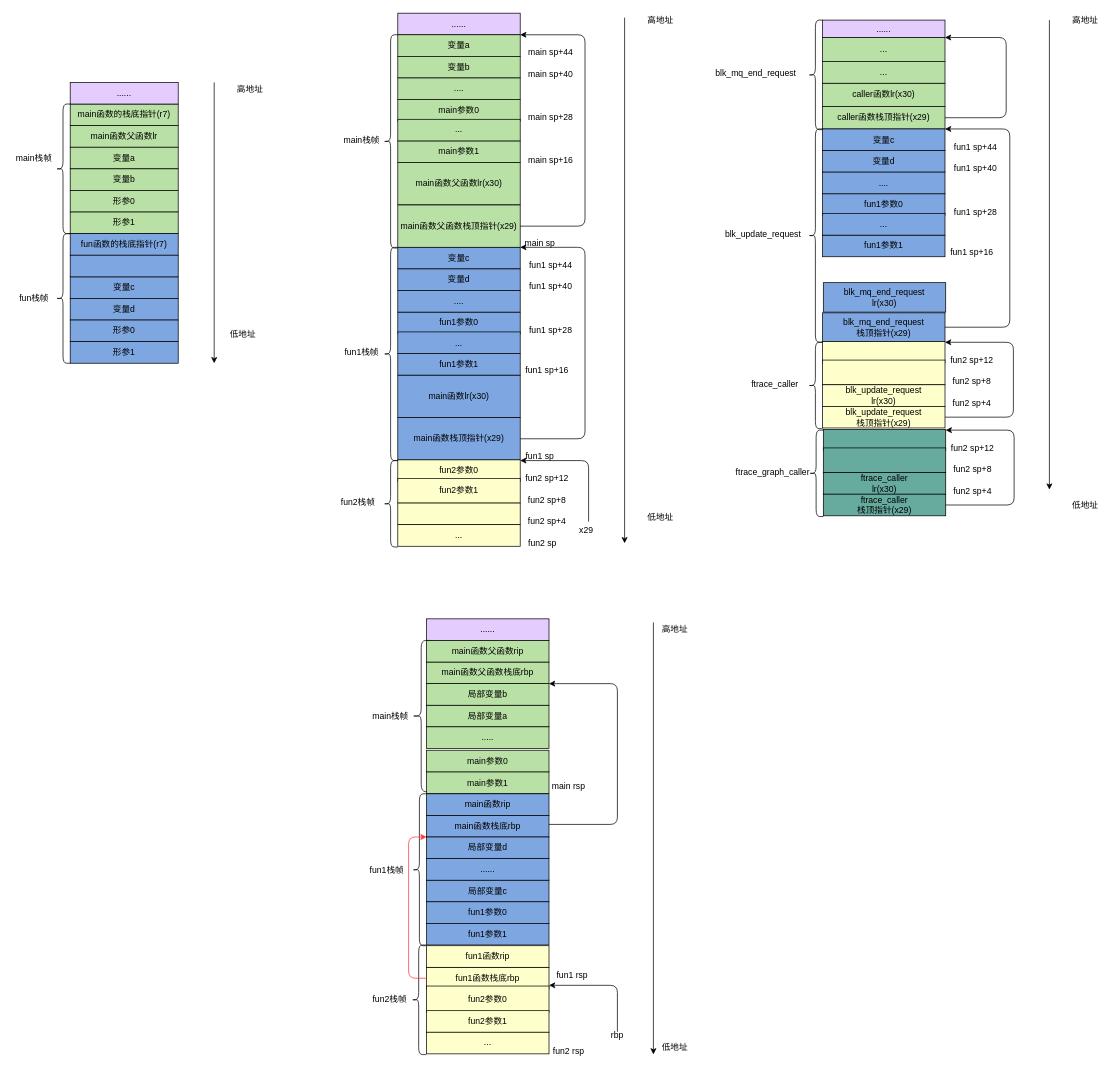
This is function frame.drawio from jasonactions/graph, a draw.io file, before an edit. Source tidied: cells renumbered, new cells numbered last; positions are measured from the earlier drawing's top-left corner, leaving out a move shared by most shapes. Both pictures are drawn from the tidied source at 72%, with x=0, y=0 at pixel (12, 1).
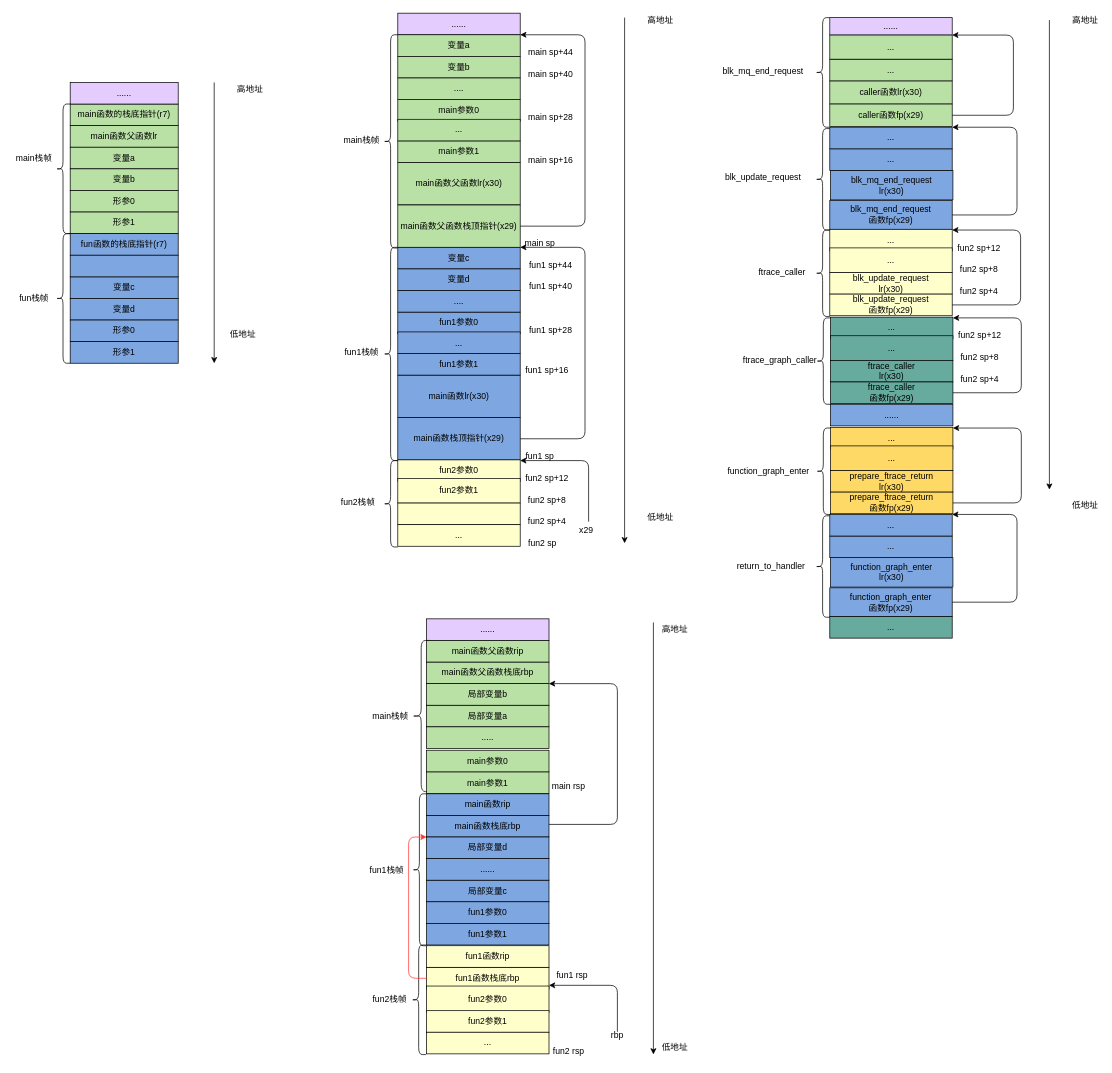
Above is the later version.

Change to the diagram source:
```diff
@@
     <mxCell id="106" value="......" style="rounded=0;whiteSpace=wrap;html=1;fillColor=#E5CCFF;" parent="1" vertex="1">
-      <mxGeometry x="1125" y="26.4" width="170" height="24.2" as="geometry" />
+      <mxGeometry x="1135" y="23" width="170" height="24.2" as="geometry" />
     </mxCell>
     <mxCell id="107" value="&lt;span&gt;caller函数lr(x30)&lt;/span&gt;" style="rounded=0;whiteSpace=wrap;html=1;fillColor=#B9E0A5;" parent="1" vertex="1">
-      <mxGeometry x="1125" y="114.1" width="170" height="32.2" as="geometry" />
+      <mxGeometry x="1135" y="110.8" width="170" height="32.2" as="geometry" />
     </mxCell>
-    <mxCell id="108" value="caller函数栈顶指针(x29)" style="rounded=0;whiteSpace=wrap;html=1;fillColor=#B9E0A5;" parent="1" vertex="1">
-      <mxGeometry x="1125" y="146.4" width="170" height="31.2" as="geometry" />
+    <mxCell id="108" value="caller函数fp(x29)" style="rounded=0;whiteSpace=wrap;html=1;fillColor=#B9E0A5;" parent="1" vertex="1">
+      <mxGeometry x="1135" y="143" width="170" height="31.2" as="geometry" />
     </mxCell>
@@
     <mxCell id="112" value="blk_mq_end_request" style="text;html=1;strokeColor=none;fillColor=none;align=center;verticalAlign=middle;whiteSpace=wrap;rounded=0;" parent="1" vertex="1">
-      <mxGeometry x="970" y="91.4" width="125" height="20" as="geometry" />
+      <mxGeometry x="980" y="88" width="125" height="20" as="geometry" />
     </mxCell>
     <mxCell id="113" style="shape=curlyBracket;whiteSpace=wrap;html=1;rounded=1;fillColor=#7EA6E0;" parent="1" vertex="1">
-      <mxGeometry x="1105" y="26.4" width="20" height="152.2" as="geometry" />
+      <mxGeometry x="1115" y="23" width="20" height="152.2" as="geometry" />
     </mxCell>
     <mxCell id="114" value="..." style="rounded=0;whiteSpace=wrap;html=1;fillColor=#B9E0A5;" parent="1" vertex="1">
-      <mxGeometry x="1125" y="84.1" width="170" height="30" as="geometry" />
+      <mxGeometry x="1135" y="80.8" width="170" height="30" as="geometry" />
     </mxCell>
     <mxCell id="115" value="..." style="rounded=0;whiteSpace=wrap;html=1;fillColor=#B9E0A5;" parent="1" vertex="1">
-      <mxGeometry x="1125" y="50.6" width="170" height="33.5" as="geometry" />
+      <mxGeometry x="1135" y="47.2" width="170" height="33.5" as="geometry" />
     </mxCell>
     <mxCell id="116" style="edgeStyle=elbowEdgeStyle;elbow=horizontal;endArrow=classic;html=1;exitX=1;exitY=0.5;exitDx=0;exitDy=0;entryX=1;entryY=0;entryDx=0;entryDy=0;" parent="1" edge="1" source="108" target="115">
       <mxGeometry relative="1" as="geometry">
         <Array as="points">
-          <mxPoint x="1380" y="16.4" />
-          <mxPoint x="1385" y="-0.1" />
+          <mxPoint x="1390" y="13" />
+          <mxPoint x="1395" y="-3.5" />
         </Array>
       </mxGeometry>
     </mxCell>
-    <mxCell id="117" value="fun1参数0" style="rounded=0;whiteSpace=wrap;html=1;fillColor=#7EA6E0;" parent="1" vertex="1">
-      <mxGeometry x="1125" y="267.6" width="170" height="30" as="geometry" />
-    </mxCell>
     <mxCell id="118" value="blk_mq_end_request&lt;span&gt;&lt;br&gt;lr(x30)&lt;/span&gt;" style="rounded=0;whiteSpace=wrap;html=1;fillColor=#7EA6E0;" parent="1" vertex="1">
-      <mxGeometry x="1126" y="391.1" width="170" height="40.9" as="geometry" />
+      <mxGeometry x="1136" y="235.2" width="170" height="40.9" as="geometry" />
     </mxCell>
-    <mxCell id="119" value="blk_mq_end_request&lt;br&gt;栈顶指针(x29)" style="rounded=0;whiteSpace=wrap;html=1;fillColor=#7EA6E0;" parent="1" vertex="1">
-      <mxGeometry x="1125" y="433" width="170" height="39.9" as="geometry" />
+    <mxCell id="119" value="blk_mq_end_request&lt;br&gt;函数fp(x29)" style="rounded=0;whiteSpace=wrap;html=1;fillColor=#7EA6E0;" parent="1" vertex="1">
+      <mxGeometry x="1135" y="277.1" width="170" height="39.9" as="geometry" />
     </mxCell>
     <mxCell id="120" value="blk_update_request" style="text;html=1;strokeColor=none;fillColor=none;align=center;verticalAlign=middle;whiteSpace=wrap;rounded=0;" parent="1" vertex="1">
-      <mxGeometry x="980" y="313.9" width="125" height="20" as="geometry" />
+      <mxGeometry x="980" y="235.2" width="125" height="20" as="geometry" />
     </mxCell>
     <mxCell id="121" style="shape=curlyBracket;whiteSpace=wrap;html=1;rounded=1;fillColor=#7EA6E0;" parent="1" vertex="1">
-      <mxGeometry x="1105" y="177.6" width="20" height="296.2" as="geometry" />
+      <mxGeometry x="1115" y="177.1" width="20" height="140.9" as="geometry" />
     </mxCell>
-    <mxCell id="122" value="fun1 sp+28" style="text;html=1;strokeColor=none;fillColor=none;align=center;verticalAlign=middle;whiteSpace=wrap;rounded=0;" parent="1" vertex="1">
-      <mxGeometry x="1305" y="282.6" width="65" height="20" as="geometry" />
-    </mxCell>
-    <mxCell id="123" value="fun1参数1" style="rounded=0;whiteSpace=wrap;html=1;fillColor=#7EA6E0;" parent="1" vertex="1">
-      <mxGeometry x="1125" y="325.1" width="170" height="30" as="geometry" />
+    <mxCell id="123" value="..." style="rounded=0;whiteSpace=wrap;html=1;fillColor=#7EA6E0;" parent="1" vertex="1">
+      <mxGeometry x="1135" y="205.2" width="170" height="30" as="geometry" />
     </mxCell>
-    <mxCell id="124" value="fun1 sp+16" style="text;html=1;strokeColor=none;fillColor=none;align=center;verticalAlign=middle;whiteSpace=wrap;rounded=0;" parent="1" vertex="1">
-      <mxGeometry x="1295" y="338.6" width="75" height="20" as="geometry" />
-    </mxCell>
     <mxCell id="125" value="..." style="rounded=0;whiteSpace=wrap;html=1;fillColor=#7EA6E0;" parent="1" vertex="1">
-      <mxGeometry x="1125" y="295.1" width="170" height="30" as="geometry" />
+      <mxGeometry x="1135" y="175.2" width="170" height="30" as="geometry" />
     </mxCell>
-    <mxCell id="126" value="变量c" style="rounded=0;whiteSpace=wrap;html=1;fillColor=#7EA6E0;" parent="1" vertex="1">
-      <mxGeometry x="1125" y="177.6" width="170" height="30" as="geometry" />
-    </mxCell>
-    <mxCell id="127" value="fun1 sp+44" style="text;html=1;strokeColor=none;fillColor=none;align=center;verticalAlign=middle;whiteSpace=wrap;rounded=0;" parent="1" vertex="1">
-      <mxGeometry x="1305" y="192.6" width="65" height="20" as="geometry" />
-    </mxCell>
-    <mxCell id="128" value="变量d" style="rounded=0;whiteSpace=wrap;html=1;fillColor=#7EA6E0;" parent="1" vertex="1">
-      <mxGeometry x="1125" y="207.6" width="170" height="30" as="geometry" />
-    </mxCell>
-    <mxCell id="129" value="fun1 sp+40" style="text;html=1;strokeColor=none;fillColor=none;align=center;verticalAlign=middle;whiteSpace=wrap;rounded=0;" parent="1" vertex="1">
-      <mxGeometry x="1305" y="222.6" width="65" height="20" as="geometry" />
-    </mxCell>
-    <mxCell id="130" value="...." style="rounded=0;whiteSpace=wrap;html=1;fillColor=#7EA6E0;" parent="1" vertex="1">
-      <mxGeometry x="1125" y="237.6" width="170" height="30" as="geometry" />
-    </mxCell>
-    <mxCell id="131" style="edgeStyle=elbowEdgeStyle;elbow=horizontal;endArrow=classic;html=1;entryX=1;entryY=0;entryDx=0;entryDy=0;exitX=1;exitY=0.5;exitDx=0;exitDy=0;" parent="1" edge="1" source="119" target="126">
+    <mxCell id="131" style="edgeStyle=elbowEdgeStyle;elbow=horizontal;endArrow=classic;html=1;entryX=1;entryY=0;entryDx=0;entryDy=0;exitX=1;exitY=0.5;exitDx=0;exitDy=0;" parent="1" edge="1" source="119" target="125">
       <mxGeometry relative="1" as="geometry">
         <Array as="points">
-          <mxPoint x="1385" y="295.1" />
+          <mxPoint x="1395" y="139.3" />
         </Array>
       </mxGeometry>
     </mxCell>
-    <mxCell id="132" style="rounded=0;whiteSpace=wrap;html=1;fillColor=#FFFFCC;" parent="1" vertex="1">
-      <mxGeometry x="1125" y="472.9" width="170" height="30" as="geometry" />
+    <mxCell id="132" value="..." style="rounded=0;whiteSpace=wrap;html=1;fillColor=#FFFFCC;" parent="1" vertex="1">
+      <mxGeometry x="1135" y="317" width="170" height="30" as="geometry" />
     </mxCell>
-    <mxCell id="133" style="rounded=0;whiteSpace=wrap;html=1;fillColor=#FFFFCC;" parent="1" vertex="1">
-      <mxGeometry x="1125" y="498.6" width="170" height="34.2" as="geometry" />
+    <mxCell id="133" value="..." style="rounded=0;whiteSpace=wrap;html=1;fillColor=#FFFFCC;" parent="1" vertex="1">
+      <mxGeometry x="1135" y="342.8" width="170" height="34.2" as="geometry" />
     </mxCell>
     <mxCell id="134" value="&lt;span&gt;blk_update_request&lt;/span&gt;&lt;span&gt;&lt;br&gt;lr(x30)&lt;/span&gt;" style="rounded=0;whiteSpace=wrap;html=1;fillColor=#FFFFCC;" parent="1" vertex="1">
-      <mxGeometry x="1125" y="532.9" width="170" height="30" as="geometry" />
+      <mxGeometry x="1135" y="377" width="170" height="30" as="geometry" />
     </mxCell>
-    <mxCell id="135" value="blk_update_request&lt;br&gt;栈顶指针(x29)" style="rounded=0;whiteSpace=wrap;html=1;fillColor=#FFFFCC;" parent="1" vertex="1">
-      <mxGeometry x="1125" y="562.9" width="170" height="30" as="geometry" />
+    <mxCell id="135" value="blk_update_request&lt;br&gt;函数fp(x29)" style="rounded=0;whiteSpace=wrap;html=1;fillColor=#FFFFCC;" parent="1" vertex="1">
+      <mxGeometry x="1135" y="407" width="170" height="30" as="geometry" />
     </mxCell>
     <mxCell id="136" value="fun2 sp+12" style="text;html=1;strokeColor=none;fillColor=none;align=center;verticalAlign=middle;whiteSpace=wrap;rounded=0;" parent="1" vertex="1">
-      <mxGeometry x="1295" y="488.6" width="75" height="20" as="geometry" />
+      <mxGeometry x="1305" y="332.8" width="75" height="20" as="geometry" />
     </mxCell>
     <mxCell id="137" value="fun2 sp+8" style="text;html=1;strokeColor=none;fillColor=none;align=center;verticalAlign=middle;whiteSpace=wrap;rounded=0;" parent="1" vertex="1">
-      <mxGeometry x="1295" y="518.6" width="75" height="20" as="geometry" />
+      <mxGeometry x="1305" y="362.8" width="75" height="20" as="geometry" />
     </mxCell>
     <mxCell id="138" value="fun2 sp+4" style="text;html=1;strokeColor=none;fillColor=none;align=center;verticalAlign=middle;whiteSpace=wrap;rounded=0;" parent="1" vertex="1">
-      <mxGeometry x="1295" y="548.6" width="75" height="20" as="geometry" />
+      <mxGeometry x="1305" y="392.8" width="75" height="20" as="geometry" />
     </mxCell>
     <mxCell id="139" style="shape=curlyBracket;whiteSpace=wrap;html=1;rounded=1;fillColor=#FFFFCC;" parent="1" vertex="1">
-      <mxGeometry x="1105" y="473.9" width="20" height="120" as="geometry" />
+      <mxGeometry x="1115" y="318" width="20" height="120" as="geometry" />
     </mxCell>
     <mxCell id="140" value="ftrace_caller" style="text;html=1;strokeColor=none;fillColor=none;align=center;verticalAlign=middle;whiteSpace=wrap;rounded=0;" parent="1" vertex="1">
-      <mxGeometry x="1014" y="522.9" width="90" height="20" as="geometry" />
+      <mxGeometry x="1024" y="367" width="90" height="20" as="geometry" />
     </mxCell>
     <mxCell id="141" style="edgeStyle=elbowEdgeStyle;elbow=horizontal;endArrow=classic;html=1;entryX=0;entryY=0.75;entryDx=0;entryDy=0;exitX=1;exitY=0.5;exitDx=0;exitDy=0;" parent="1" edge="1" source="135">
       <mxGeometry relative="1" as="geometry">
-        <mxPoint x="1295" y="473.9" as="targetPoint" />
+        <mxPoint x="1305" y="318" as="targetPoint" />
         <Array as="points">
-          <mxPoint x="1390" y="508.6" />
+          <mxPoint x="1400" y="352.8" />
         </Array>
       </mxGeometry>
     </mxCell>
-    <mxCell id="142" style="rounded=0;whiteSpace=wrap;html=1;fillColor=#67AB9F;" parent="1" vertex="1">
-      <mxGeometry x="1126" y="594.9" width="170" height="30" as="geometry" />
+    <mxCell id="142" value="..." style="rounded=0;whiteSpace=wrap;html=1;fillColor=#67AB9F;" parent="1" vertex="1">
+      <mxGeometry x="1136" y="439" width="170" height="30" as="geometry" />
     </mxCell>
-    <mxCell id="143" style="rounded=0;whiteSpace=wrap;html=1;fillColor=#67AB9F;" parent="1" vertex="1">
-      <mxGeometry x="1126" y="620.6" width="170" height="34.2" as="geometry" />
+    <mxCell id="143" value="..." style="rounded=0;whiteSpace=wrap;html=1;fillColor=#67AB9F;" parent="1" vertex="1">
+      <mxGeometry x="1136" y="464.8" width="170" height="34.2" as="geometry" />
     </mxCell>
     <mxCell id="144" value="ftrace_caller&lt;span&gt;&lt;br&gt;lr(x30)&lt;/span&gt;" style="rounded=0;whiteSpace=wrap;html=1;fillColor=#67AB9F;" parent="1" vertex="1">
-      <mxGeometry x="1126" y="654.9" width="170" height="30" as="geometry" />
+      <mxGeometry x="1136" y="499" width="170" height="30" as="geometry" />
     </mxCell>
-    <mxCell id="145" value="ftrace_caller&lt;br&gt;栈顶指针(x29)" style="rounded=0;whiteSpace=wrap;html=1;fillColor=#67AB9F;" parent="1" vertex="1">
-      <mxGeometry x="1126" y="684.9" width="170" height="30" as="geometry" />
+    <mxCell id="145" value="ftrace_caller&lt;br&gt;函数fp(x29)" style="rounded=0;whiteSpace=wrap;html=1;fillColor=#67AB9F;" parent="1" vertex="1">
+      <mxGeometry x="1136" y="529" width="170" height="30" as="geometry" />
     </mxCell>
     <mxCell id="146" value="fun2 sp+12" style="text;html=1;strokeColor=none;fillColor=none;align=center;verticalAlign=middle;whiteSpace=wrap;rounded=0;" parent="1" vertex="1">
-      <mxGeometry x="1296" y="610.6" width="75" height="20" as="geometry" />
+      <mxGeometry x="1306" y="454.8" width="75" height="20" as="geometry" />
     </mxCell>
     <mxCell id="147" value="fun2 sp+8" style="text;html=1;strokeColor=none;fillColor=none;align=center;verticalAlign=middle;whiteSpace=wrap;rounded=0;" parent="1" vertex="1">
-      <mxGeometry x="1296" y="640.6" width="75" height="20" as="geometry" />
+      <mxGeometry x="1306" y="484.8" width="75" height="20" as="geometry" />
     </mxCell>
     <mxCell id="148" value="fun2 sp+4" style="text;html=1;strokeColor=none;fillColor=none;align=center;verticalAlign=middle;whiteSpace=wrap;rounded=0;" parent="1" vertex="1">
-      <mxGeometry x="1296" y="670.6" width="75" height="20" as="geometry" />
+      <mxGeometry x="1306" y="514.8" width="75" height="20" as="geometry" />
     </mxCell>
     <mxCell id="149" style="shape=curlyBracket;whiteSpace=wrap;html=1;rounded=1;fillColor=#FFFFCC;" parent="1" vertex="1">
-      <mxGeometry x="1106" y="595.9" width="20" height="120" as="geometry" />
+      <mxGeometry x="1116" y="440" width="20" height="120" as="geometry" />
     </mxCell>
     <mxCell id="150" value="ftrace_graph_caller" style="text;html=1;strokeColor=none;fillColor=none;align=center;verticalAlign=middle;whiteSpace=wrap;rounded=0;" parent="1" vertex="1">
-      <mxGeometry x="1011" y="644.9" width="90" height="20" as="geometry" />
+      <mxGeometry x="1021" y="489" width="90" height="20" as="geometry" />
     </mxCell>
     <mxCell id="151" style="edgeStyle=elbowEdgeStyle;elbow=horizontal;endArrow=classic;html=1;entryX=0;entryY=0.75;entryDx=0;entryDy=0;exitX=1;exitY=0.5;exitDx=0;exitDy=0;" parent="1" edge="1" source="145">
       <mxGeometry relative="1" as="geometry">
-        <mxPoint x="1296" y="595.9" as="targetPoint" />
+        <mxPoint x="1306" y="440" as="targetPoint" />
         <Array as="points">
-          <mxPoint x="1391" y="630.6" />
+          <mxPoint x="1401" y="474.8" />
         </Array>
       </mxGeometry>
     </mxCell>
+    <mxCell id="152" value="..." style="rounded=0;whiteSpace=wrap;html=1;fillColor=#FFD966;" parent="1" vertex="1">
+      <mxGeometry x="1136" y="592" width="170" height="30" as="geometry" />
+    </mxCell>
+    <mxCell id="153" value="..." style="rounded=0;whiteSpace=wrap;html=1;fillColor=#FFD966;" parent="1" vertex="1">
+      <mxGeometry x="1136" y="617.8" width="170" height="34.2" as="geometry" />
+    </mxCell>
+    <mxCell id="154" value="&lt;span&gt;prepare_ftrace_return&lt;br&gt;lr(x30)&lt;/span&gt;" style="rounded=0;whiteSpace=wrap;html=1;fillColor=#FFD966;" parent="1" vertex="1">
+      <mxGeometry x="1136" y="652" width="170" height="30" as="geometry" />
+    </mxCell>
+    <mxCell id="155" value="prepare_ftrace_return&lt;br&gt;函数fp(x29)" style="rounded=0;whiteSpace=wrap;html=1;fillColor=#FFD966;" parent="1" vertex="1">
+      <mxGeometry x="1136" y="682" width="170" height="30" as="geometry" />
+    </mxCell>
+    <mxCell id="156" style="shape=curlyBracket;whiteSpace=wrap;html=1;rounded=1;fillColor=#FFFFCC;" parent="1" vertex="1">
+      <mxGeometry x="1116" y="593" width="20" height="120" as="geometry" />
+    </mxCell>
+    <mxCell id="157" value="function_graph_enter" style="text;html=1;strokeColor=none;fillColor=none;align=center;verticalAlign=middle;whiteSpace=wrap;rounded=0;" parent="1" vertex="1">
+      <mxGeometry x="1000" y="643" width="100" height="20.2" as="geometry" />
+    </mxCell>
+    <mxCell id="158" style="edgeStyle=elbowEdgeStyle;elbow=horizontal;endArrow=classic;html=1;entryX=0;entryY=0.75;entryDx=0;entryDy=0;exitX=1;exitY=0.5;exitDx=0;exitDy=0;" parent="1" edge="1" source="155">
+      <mxGeometry relative="1" as="geometry">
+        <mxPoint x="1306" y="593" as="targetPoint" />
+        <Array as="points">
+          <mxPoint x="1401" y="627.8" />
+        </Array>
+      </mxGeometry>
+    </mxCell>
+    <mxCell id="159" value="......" style="rounded=0;whiteSpace=wrap;html=1;fillColor=#7EA6E0;" parent="1" vertex="1">
+      <mxGeometry x="1136" y="560" width="170" height="30" as="geometry" />
+    </mxCell>
+    <mxCell id="160" value="function_graph_enter&lt;span&gt;&lt;br&gt;lr(x30)&lt;/span&gt;" style="rounded=0;whiteSpace=wrap;html=1;fillColor=#7EA6E0;" parent="1" vertex="1">
+      <mxGeometry x="1136" y="773" width="170" height="40.9" as="geometry" />
+    </mxCell>
+    <mxCell id="161" value="function_graph_enter&lt;br&gt;函数fp(x29)" style="rounded=0;whiteSpace=wrap;html=1;fillColor=#7EA6E0;" parent="1" vertex="1">
+      <mxGeometry x="1135" y="814.9" width="170" height="39.9" as="geometry" />
+    </mxCell>
+    <mxCell id="162" value="return_to_handler" style="text;html=1;strokeColor=none;fillColor=none;align=center;verticalAlign=middle;whiteSpace=wrap;rounded=0;" parent="1" vertex="1">
+      <mxGeometry x="991" y="775.3" width="125" height="20" as="geometry" />
+    </mxCell>
+    <mxCell id="163" style="shape=curlyBracket;whiteSpace=wrap;html=1;rounded=1;fillColor=#7EA6E0;" parent="1" vertex="1">
+      <mxGeometry x="1115" y="714.9" width="20" height="140.9" as="geometry" />
+    </mxCell>
+    <mxCell id="164" value="..." style="rounded=0;whiteSpace=wrap;html=1;fillColor=#7EA6E0;" parent="1" vertex="1">
+      <mxGeometry x="1135" y="743" width="170" height="30" as="geometry" />
+    </mxCell>
+    <mxCell id="165" value="..." style="rounded=0;whiteSpace=wrap;html=1;fillColor=#7EA6E0;" parent="1" vertex="1">
+      <mxGeometry x="1135" y="713" width="170" height="30" as="geometry" />
+    </mxCell>
+    <mxCell id="166" style="edgeStyle=elbowEdgeStyle;elbow=horizontal;endArrow=classic;html=1;entryX=1;entryY=0;entryDx=0;entryDy=0;exitX=1;exitY=0.5;exitDx=0;exitDy=0;" parent="1" edge="1" source="161" target="165">
+      <mxGeometry relative="1" as="geometry">
+        <Array as="points">
+          <mxPoint x="1395" y="677" />
+        </Array>
+      </mxGeometry>
+    </mxCell>
+    <mxCell id="167" value="..." style="rounded=0;whiteSpace=wrap;html=1;fillColor=#67AB9F;" parent="1" vertex="1">
+      <mxGeometry x="1135" y="854.8" width="170" height="30" as="geometry" />
+    </mxCell>
```
